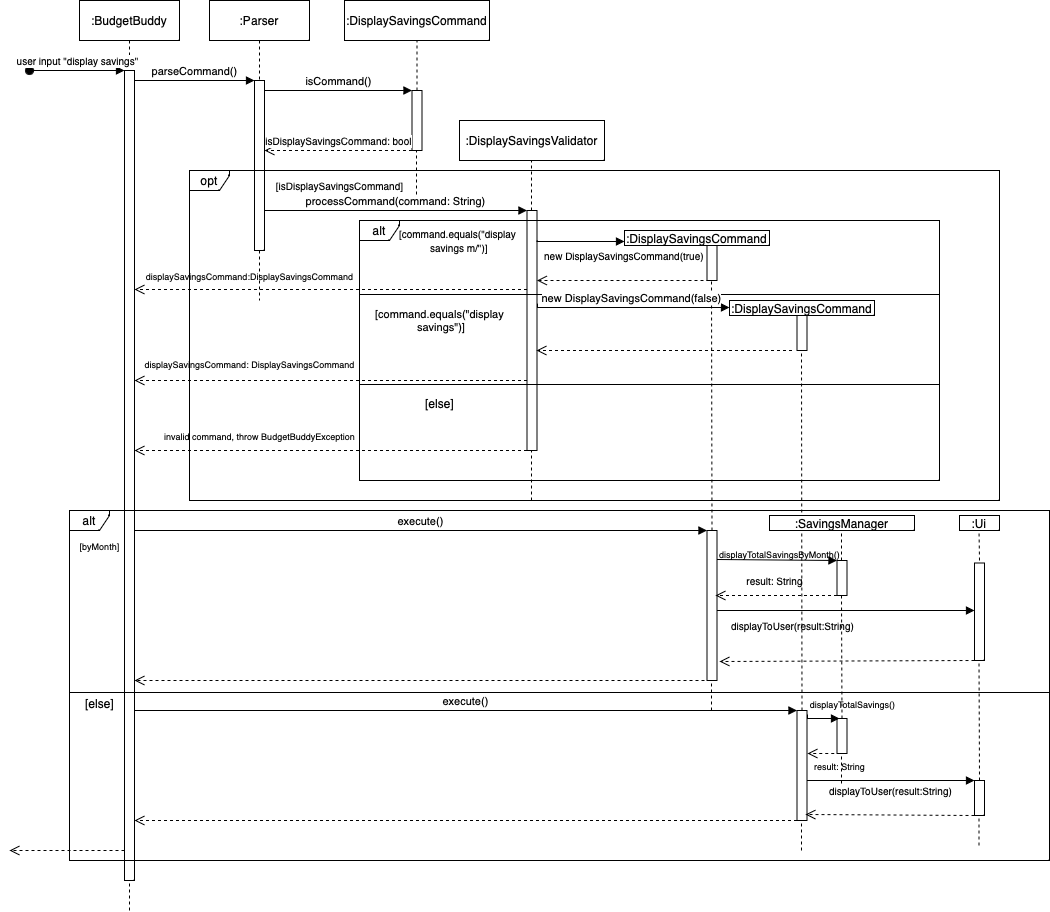
Earlier version of the draw.io export docs/diagrams/DisplaySavingsSequenceDiagram.drawio.png (telferang/tp). Source tidied: cells renumbered, new cells last; positions are measured from the earlier drawing's top-left corner, leaving out a move shared by most shapes.
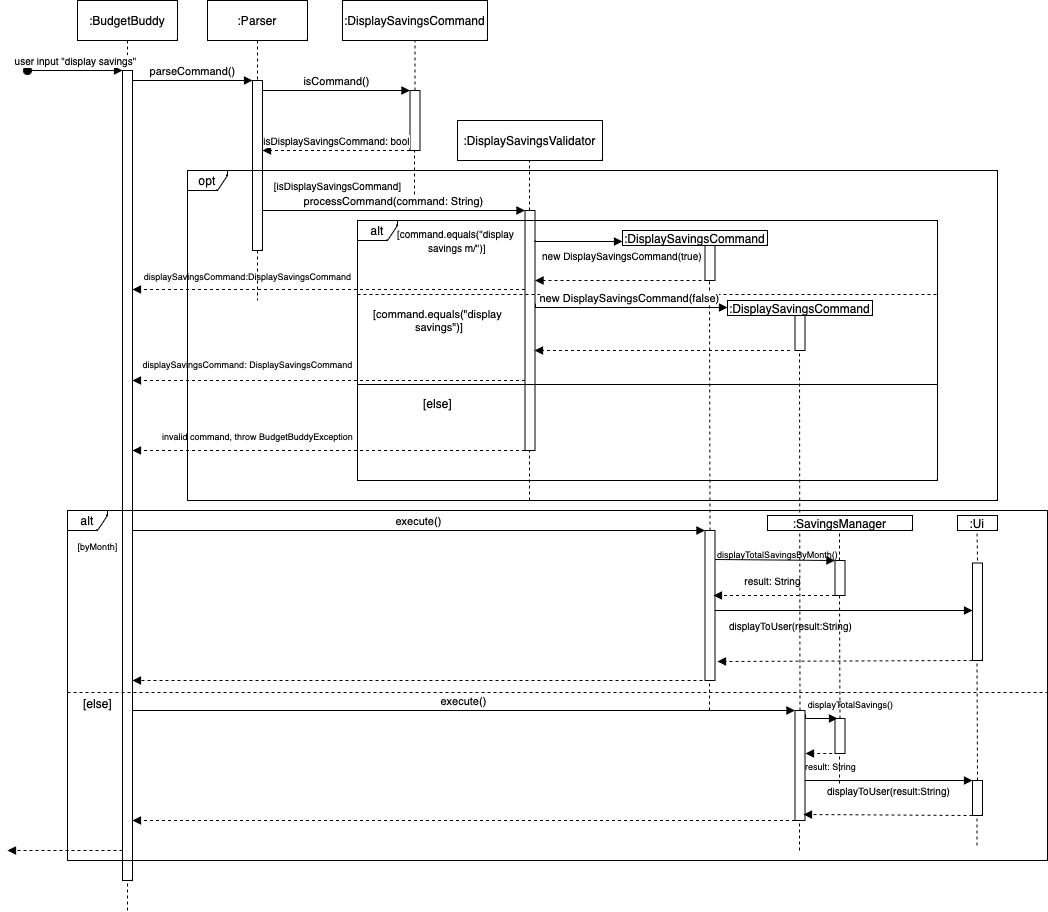
Above is the later version.

Commit message:
Edit DG Sequence diagrams.

The edit, as a diff of the source:
```diff
@@ -43,7 +43,7 @@
         </Array>
       </mxGeometry>
     </mxCell>
-    <mxCell id="12" value="&lt;font style=&quot;font-size: 10px;&quot;&gt;isDisplaySavingsCommand: bool&lt;/font&gt;" style="html=1;verticalAlign=bottom;endArrow=open;dashed=1;endSize=8;edgeStyle=elbowEdgeStyle;elbow=vertical;curved=0;rounded=0;" parent="1" edge="1" target="6">
+    <mxCell id="12" value="&lt;font style=&quot;font-size: 10px;&quot;&gt;isDisplaySavingsCommand: bool&lt;/font&gt;" style="html=1;verticalAlign=bottom;endArrow=block;dashed=1;endSize=6;edgeStyle=elbowEdgeStyle;elbow=vertical;curved=0;rounded=0;endFill=1;" parent="1" edge="1" target="6">
       <mxGeometry relative="1" as="geometry">
         <mxPoint x="402.5" y="150" as="sourcePoint" />
         <Array as="points">
@@ -103,7 +103,7 @@
     <mxCell id="25" style="rounded=0;whiteSpace=wrap;html=1;" parent="1" vertex="1">
       <mxGeometry x="697.5" y="245" width="10" height="35" as="geometry" />
     </mxCell>
-    <mxCell id="26" style="html=1;verticalAlign=bottom;endArrow=open;dashed=1;endSize=8;edgeStyle=elbowEdgeStyle;elbow=vertical;curved=0;rounded=0;exitX=0.25;exitY=1;exitDx=0;exitDy=0;" parent="1" edge="1" source="25">
+    <mxCell id="26" style="html=1;verticalAlign=bottom;endArrow=block;dashed=1;endSize=6;edgeStyle=elbowEdgeStyle;elbow=vertical;curved=0;rounded=0;exitX=0.25;exitY=1;exitDx=0;exitDy=0;endFill=1;" parent="1" edge="1" source="25">
       <mxGeometry relative="1" as="geometry">
         <mxPoint x="527.5" y="280" as="targetPoint" />
         <Array as="points">
@@ -111,7 +111,7 @@
         </Array>
       </mxGeometry>
     </mxCell>
-    <mxCell id="27" style="line;strokeWidth=1;fillColor=none;align=left;verticalAlign=middle;spacingTop=-1;spacingLeft=3;spacingRight=3;labelPosition=right;strokeColor=inherit;" parent="1" vertex="1">
+    <mxCell id="27" style="line;strokeWidth=1;fillColor=none;align=left;verticalAlign=middle;spacingTop=-1;spacingLeft=3;spacingRight=3;labelPosition=right;strokeColor=inherit;dashed=1;" parent="1" vertex="1">
       <mxGeometry x="350" y="290" width="580" height="8" as="geometry" />
     </mxCell>
     <mxCell id="28" value="&lt;font style=&quot;font-size: 11px;&quot;&gt;[command.equals(&quot;display&lt;/font&gt;&lt;div style=&quot;font-size: 11px;&quot;&gt;&lt;font style=&quot;font-size: 11px;&quot;&gt;&amp;nbsp;savings&quot;)]&lt;/font&gt;&lt;/div&gt;" style="text;html=1;align=center;verticalAlign=middle;strokeColor=none;fillColor=none;" parent="1" vertex="1">
@@ -136,7 +136,7 @@
         </Array>
       </mxGeometry>
     </mxCell>
-    <mxCell id="33" style="html=1;verticalAlign=bottom;endArrow=open;dashed=1;endSize=8;elbow=vertical;rounded=0;exitX=0.25;exitY=1;exitDx=0;exitDy=0;" parent="1" edge="1">
+    <mxCell id="33" style="html=1;verticalAlign=bottom;endArrow=block;dashed=1;endSize=6;elbow=vertical;rounded=0;exitX=0.25;exitY=1;exitDx=0;exitDy=0;endFill=1;" parent="1" edge="1">
       <mxGeometry relative="1" as="geometry">
         <mxPoint x="782.5" y="350" as="sourcePoint" />
         <mxPoint x="527" y="350" as="targetPoint" />
@@ -153,7 +153,7 @@
     <mxCell id="36" value="[else]" style="text;html=1;align=center;verticalAlign=middle;strokeColor=none;fillColor=none;" parent="1" vertex="1">
       <mxGeometry x="405" y="388" width="50" height="30" as="geometry" />
     </mxCell>
-    <mxCell id="37" style="html=1;verticalAlign=bottom;endArrow=open;dashed=1;endSize=8;edgeStyle=elbowEdgeStyle;elbow=vertical;curved=0;rounded=0;" parent="1" edge="1" target="3">
+    <mxCell id="37" style="html=1;verticalAlign=bottom;endArrow=block;dashed=1;endSize=6;edgeStyle=elbowEdgeStyle;elbow=vertical;curved=0;rounded=0;endFill=1;" parent="1" edge="1" target="3">
       <mxGeometry relative="1" as="geometry">
         <mxPoint x="517.5" y="289" as="sourcePoint" />
         <Array as="points">
@@ -161,7 +161,7 @@
         </Array>
       </mxGeometry>
     </mxCell>
-    <mxCell id="38" style="html=1;verticalAlign=bottom;endArrow=open;dashed=1;endSize=8;edgeStyle=elbowEdgeStyle;elbow=vertical;curved=0;rounded=0;" parent="1" edge="1">
+    <mxCell id="38" style="html=1;verticalAlign=bottom;endArrow=block;dashed=1;endSize=6;edgeStyle=elbowEdgeStyle;elbow=vertical;curved=0;rounded=0;endFill=1;" parent="1" edge="1">
       <mxGeometry relative="1" as="geometry">
         <mxPoint x="517.5" y="380" as="sourcePoint" />
         <mxPoint x="125" y="380" as="targetPoint" />
@@ -170,7 +170,7 @@
         </Array>
       </mxGeometry>
     </mxCell>
-    <mxCell id="39" style="html=1;verticalAlign=bottom;endArrow=open;dashed=1;endSize=8;edgeStyle=elbowEdgeStyle;elbow=vertical;curved=0;rounded=0;" parent="1" edge="1">
+    <mxCell id="39" style="html=1;verticalAlign=bottom;endArrow=block;dashed=1;endSize=6;edgeStyle=elbowEdgeStyle;elbow=vertical;curved=0;rounded=0;endFill=1;" parent="1" edge="1">
       <mxGeometry relative="1" as="geometry">
         <mxPoint x="517.5" y="450" as="sourcePoint" />
         <mxPoint x="125" y="450" as="targetPoint" />
@@ -231,7 +231,7 @@
     <mxCell id="52" value="&lt;font style=&quot;font-size: 9px;&quot;&gt;displayTotalSavingsByMonth()&lt;/font&gt;" style="text;html=1;align=center;verticalAlign=middle;strokeColor=none;fillColor=none;" parent="1" vertex="1">
       <mxGeometry x="700" y="538" width="140" height="30" as="geometry" />
     </mxCell>
-    <mxCell id="53" style="html=1;verticalAlign=bottom;endArrow=open;dashed=1;endSize=8;elbow=vertical;rounded=0;" parent="1" edge="1">
+    <mxCell id="53" style="html=1;verticalAlign=bottom;endArrow=block;dashed=1;endSize=6;elbow=vertical;rounded=0;endFill=1;" parent="1" edge="1">
       <mxGeometry relative="1" as="geometry">
         <mxPoint x="827.5" y="595" as="sourcePoint" />
         <mxPoint x="706" y="595" as="targetPoint" />
@@ -266,13 +266,13 @@
     <mxCell id="60" value="&lt;font style=&quot;font-size: 10px;&quot;&gt;displayToUser(result:String)&lt;/font&gt;" style="text;html=1;align=center;verticalAlign=middle;strokeColor=none;fillColor=none;" parent="1" vertex="1">
       <mxGeometry x="707.5" y="610" width="150" height="30" as="geometry" />
     </mxCell>
-    <mxCell id="61" style="html=1;verticalAlign=bottom;endArrow=open;dashed=1;endSize=8;elbow=vertical;rounded=0;" parent="1" edge="1">
+    <mxCell id="61" style="html=1;verticalAlign=bottom;endArrow=block;dashed=1;endSize=6;elbow=vertical;rounded=0;endFill=1;" parent="1" edge="1">
       <mxGeometry relative="1" as="geometry">
         <mxPoint x="965" y="660" as="sourcePoint" />
         <mxPoint x="710" y="661" as="targetPoint" />
       </mxGeometry>
     </mxCell>
-    <mxCell id="62" style="html=1;verticalAlign=bottom;endArrow=open;dashed=1;endSize=8;elbow=vertical;rounded=0;" parent="1" edge="1" target="3">
+    <mxCell id="62" style="html=1;verticalAlign=bottom;endArrow=block;dashed=1;endSize=6;elbow=vertical;rounded=0;endFill=1;" parent="1" edge="1" target="3">
       <mxGeometry relative="1" as="geometry">
         <mxPoint x="695" y="680" as="sourcePoint" />
       </mxGeometry>
@@ -280,7 +280,7 @@
     <mxCell id="63" value="[else]" style="text;html=1;align=center;verticalAlign=middle;strokeColor=none;fillColor=none;" parent="1" vertex="1">
       <mxGeometry x="65" y="688" width="50" height="30" as="geometry" />
     </mxCell>
-    <mxCell id="64" style="line;strokeWidth=1;fillColor=none;align=left;verticalAlign=middle;spacingTop=-1;spacingLeft=3;spacingRight=3;labelPosition=right;strokeColor=inherit;" parent="1" vertex="1">
+    <mxCell id="64" style="line;strokeWidth=1;fillColor=none;align=left;verticalAlign=middle;spacingTop=-1;spacingLeft=3;spacingRight=3;labelPosition=right;strokeColor=inherit;dashed=1;" parent="1" vertex="1">
       <mxGeometry x="60" y="688" width="980" height="8" as="geometry" />
     </mxCell>
     <mxCell id="65" style="endArrow=none;dashed=1;html=1;rounded=0;entryX=0.5;entryY=1;entryDx=0;entryDy=0;" parent="1" edge="1">
@@ -315,14 +315,14 @@
     <mxCell id="70" value="&lt;font style=&quot;font-size: 9px;&quot;&gt;displayTotalSavings()&lt;/font&gt;" style="text;html=1;align=center;verticalAlign=middle;strokeColor=none;fillColor=none;" parent="1" vertex="1">
       <mxGeometry x="787.5" y="688" width="110" height="30" as="geometry" />
     </mxCell>
-    <mxCell id="71" style="html=1;verticalAlign=bottom;endArrow=open;dashed=1;endSize=8;elbow=vertical;rounded=0;" parent="1" edge="1">
+    <mxCell id="71" style="html=1;verticalAlign=bottom;endArrow=block;dashed=1;endSize=6;elbow=vertical;rounded=0;endFill=1;" parent="1" edge="1">
       <mxGeometry relative="1" as="geometry">
         <mxPoint x="830.8" y="753" as="sourcePoint" />
         <mxPoint x="798" y="753" as="targetPoint" />
       </mxGeometry>
     </mxCell>
     <mxCell id="72" value="&lt;font style=&quot;font-size: 9px;&quot;&gt;result: String&lt;/font&gt;" style="text;html=1;align=center;verticalAlign=middle;strokeColor=none;fillColor=none;" parent="1" vertex="1">
-      <mxGeometry x="795" y="750" width="70" height="30" as="geometry" />
+      <mxGeometry x="787.5" y="750" width="70" height="30" as="geometry" />
     </mxCell>
     <mxCell id="73" style="html=1;verticalAlign=bottom;endArrow=block;elbow=vertical;rounded=0;exitX=1.05;exitY=0.388;exitDx=0;exitDy=0;exitPerimeter=0;entryX=0;entryY=0;entryDx=0;entryDy=0;" parent="1" edge="1" target="76">
       <mxGeometry relative="1" as="geometry">
@@ -342,18 +342,18 @@
     <mxCell id="76" style="rounded=0;whiteSpace=wrap;html=1;" parent="1" vertex="1">
       <mxGeometry x="965" y="780" width="10" height="35" as="geometry" />
     </mxCell>
-    <mxCell id="77" style="html=1;verticalAlign=bottom;endArrow=open;dashed=1;endSize=8;elbow=vertical;rounded=0;" parent="1" edge="1">
+    <mxCell id="77" style="html=1;verticalAlign=bottom;endArrow=block;dashed=1;endSize=6;elbow=vertical;rounded=0;endFill=1;" parent="1" edge="1">
       <mxGeometry relative="1" as="geometry">
         <mxPoint x="965" y="815" as="sourcePoint" />
         <mxPoint x="796" y="814" as="targetPoint" />
       </mxGeometry>
     </mxCell>
-    <mxCell id="78" style="html=1;verticalAlign=bottom;endArrow=open;dashed=1;endSize=8;elbow=vertical;rounded=0;" parent="1" edge="1" target="3">
+    <mxCell id="78" style="html=1;verticalAlign=bottom;endArrow=block;dashed=1;endSize=6;elbow=vertical;rounded=0;endFill=1;" parent="1" edge="1" target="3">
       <mxGeometry relative="1" as="geometry">
         <mxPoint x="787.5" y="820" as="sourcePoint" />
       </mxGeometry>
     </mxCell>
-    <mxCell id="79" style="html=1;verticalAlign=bottom;endArrow=open;dashed=1;endSize=8;edgeStyle=elbowEdgeStyle;elbow=vertical;curved=0;rounded=0;" parent="1" edge="1">
+    <mxCell id="79" style="html=1;verticalAlign=bottom;endArrow=block;dashed=1;endSize=6;edgeStyle=elbowEdgeStyle;elbow=vertical;curved=0;rounded=0;endFill=1;" parent="1" edge="1">
       <mxGeometry x="1" y="291" relative="1" as="geometry">
         <mxPoint x="115" y="850" as="sourcePoint" />
         <mxPoint y="850" as="targetPoint" />
```
